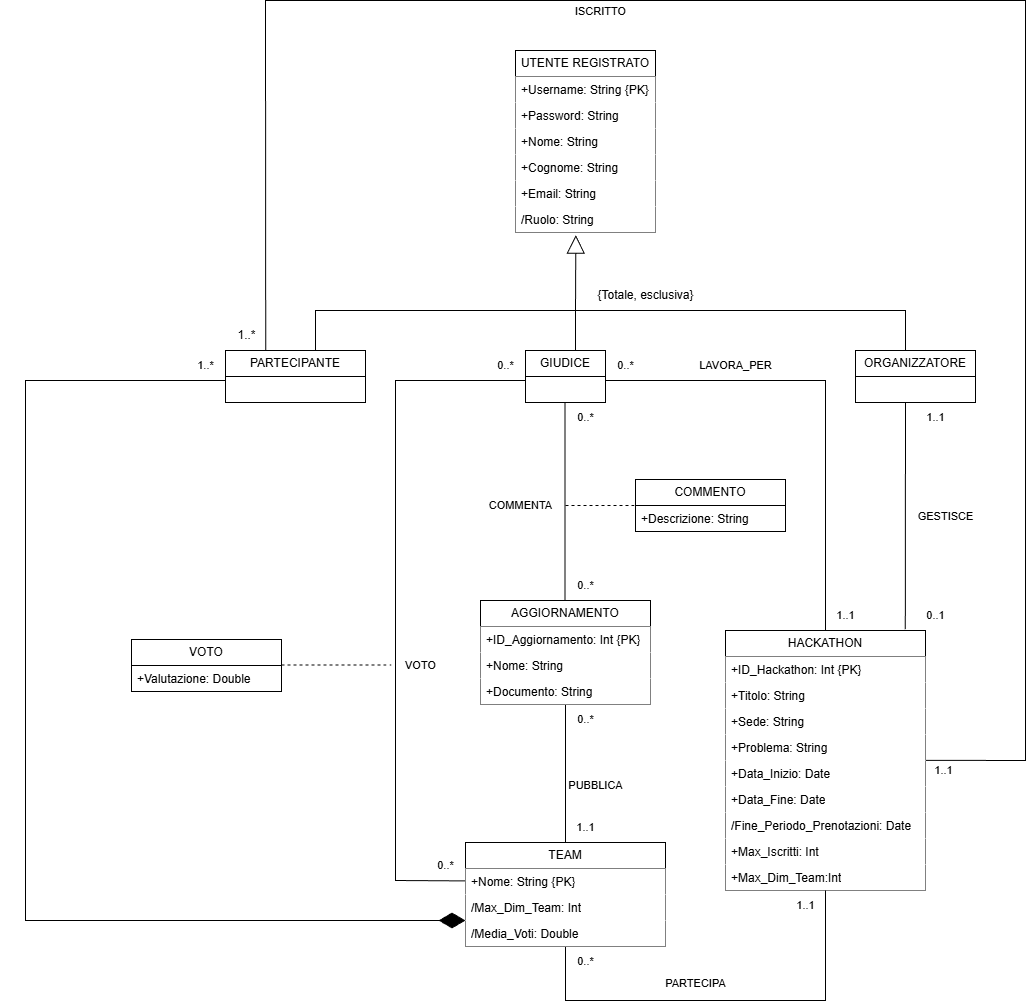
Earlier version of the draw.io export Diagramma UML Hackathon.drawio.png (galetizia/Progetto-DB). Source tidied: cells renumbered, new cells last; positions are measured from the earlier drawing's top-left corner, leaving out a move shared by most shapes.
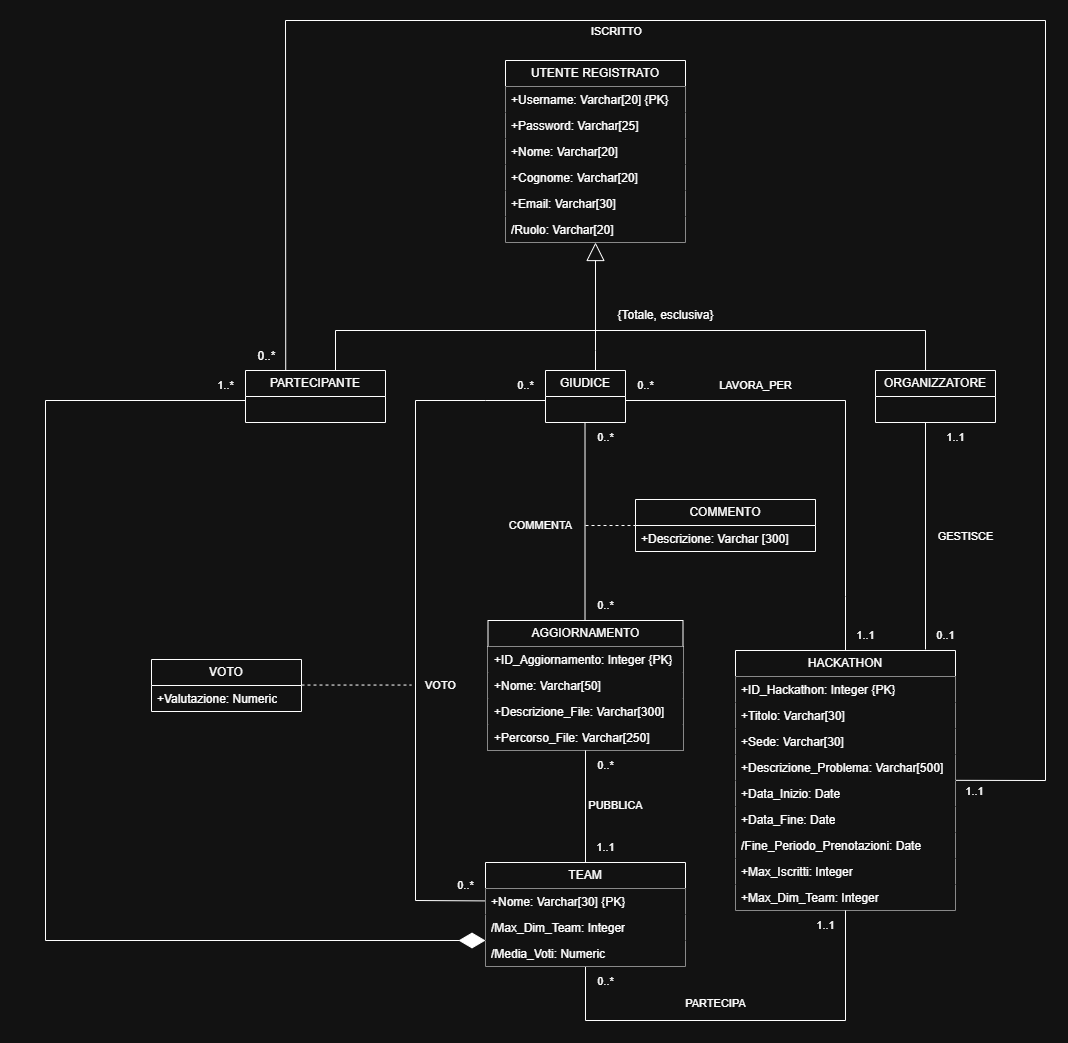
After the change.

Commit message:
Aggiornato Diagramma NON Ristrutturato

The edit, as a diff of the source:
```diff
@@ -41,4 +41,5 @@
     </mxCell>
-    <mxCell id="8" style="edgeStyle=none;shape=connector;rounded=0;jettySize=auto;html=1;exitX=0.899;exitY=-0.005;exitDx=0;exitDy=0;strokeColor=default;align=center;verticalAlign=middle;fontFamily=Helvetica;fontSize=11;fontColor=default;labelBackgroundColor=default;endArrow=none;exitPerimeter=0;" parent="1" edge="1" source="9">
+    <mxCell id="8" style="edgeStyle=none;shape=connector;rounded=0;orthogonalLoop=1;jettySize=auto;html=1;strokeColor=default;align=center;verticalAlign=middle;fontFamily=Helvetica;fontSize=11;fontColor=default;labelBackgroundColor=default;endArrow=none;" parent="1" edge="1">
       <mxGeometry relative="1" as="geometry">
+        <mxPoint x="880" y="629" as="sourcePoint" />
         <mxPoint x="880" y="402" as="targetPoint" />
@@ -47,30 +48,30 @@
     <mxCell id="9" value="HACKATHON" style="swimlane;fontStyle=0;horizontal=1;startSize=26;fillColor=default;whiteSpace=wrap;html=1;" parent="1" vertex="1">
-      <mxGeometry x="700" y="630" width="200" height="260" as="geometry" />
+      <mxGeometry x="690" y="630" width="220" height="260" as="geometry" />
     </mxCell>
-    <mxCell id="10" value="+ID_Hackathon: Int {PK}" style="text;strokeColor=none;fillColor=default;align=left;verticalAlign=top;spacingLeft=4;spacingRight=4;overflow=hidden;whiteSpace=wrap;html=1;" parent="9" vertex="1">
-      <mxGeometry y="26" width="200" height="26" as="geometry" />
+    <mxCell id="10" value="+ID_Hackathon: Integer {PK}" style="text;strokeColor=none;fillColor=default;align=left;verticalAlign=top;spacingLeft=4;spacingRight=4;overflow=hidden;whiteSpace=wrap;html=1;" parent="9" vertex="1">
+      <mxGeometry y="26" width="220" height="26" as="geometry" />
     </mxCell>
-    <mxCell id="11" value="+Titolo: String" style="text;strokeColor=none;fillColor=default;align=left;verticalAlign=top;spacingLeft=4;spacingRight=4;overflow=hidden;whiteSpace=wrap;html=1;" parent="9" vertex="1">
-      <mxGeometry y="52" width="200" height="26" as="geometry" />
+    <mxCell id="11" value="+Titolo: Varchar[30]" style="text;strokeColor=none;fillColor=default;align=left;verticalAlign=top;spacingLeft=4;spacingRight=4;overflow=hidden;whiteSpace=wrap;html=1;" parent="9" vertex="1">
+      <mxGeometry y="52" width="220" height="26" as="geometry" />
     </mxCell>
-    <mxCell id="12" value="+Sede: String" style="text;strokeColor=none;fillColor=default;align=left;verticalAlign=top;spacingLeft=4;spacingRight=4;overflow=hidden;whiteSpace=wrap;html=1;" parent="9" vertex="1">
-      <mxGeometry y="78" width="200" height="26" as="geometry" />
+    <mxCell id="12" value="+Sede: Varchar[30]" style="text;strokeColor=none;fillColor=default;align=left;verticalAlign=top;spacingLeft=4;spacingRight=4;overflow=hidden;whiteSpace=wrap;html=1;" parent="9" vertex="1">
+      <mxGeometry y="78" width="220" height="26" as="geometry" />
     </mxCell>
-    <mxCell id="13" value="+Problema: String" style="text;strokeColor=none;fillColor=default;align=left;verticalAlign=top;spacingLeft=4;spacingRight=4;overflow=hidden;whiteSpace=wrap;html=1;" parent="9" vertex="1">
-      <mxGeometry y="104" width="200" height="26" as="geometry" />
+    <mxCell id="13" value="+Descrizione_Problema: Varchar[500]" style="text;strokeColor=none;fillColor=default;align=left;verticalAlign=top;spacingLeft=4;spacingRight=4;overflow=hidden;whiteSpace=wrap;html=1;" parent="9" vertex="1">
+      <mxGeometry y="104" width="220" height="26" as="geometry" />
     </mxCell>
     <mxCell id="14" value="+Data_Inizio: Date" style="text;strokeColor=none;fillColor=default;align=left;verticalAlign=top;spacingLeft=4;spacingRight=4;overflow=hidden;points=[[0,0.5],[1,0.5]];portConstraint=eastwest;whiteSpace=wrap;html=1;" parent="9" vertex="1">
-      <mxGeometry y="130" width="200" height="26" as="geometry" />
+      <mxGeometry y="130" width="220" height="26" as="geometry" />
     </mxCell>
     <mxCell id="15" value="+Data_Fine: Date" style="text;strokeColor=none;fillColor=default;align=left;verticalAlign=top;spacingLeft=4;spacingRight=4;overflow=hidden;whiteSpace=wrap;html=1;" parent="9" vertex="1">
-      <mxGeometry y="156" width="200" height="26" as="geometry" />
+      <mxGeometry y="156" width="220" height="26" as="geometry" />
     </mxCell>
     <mxCell id="16" value="/Fine_Periodo_Prenotazioni: Date" style="text;strokeColor=none;fillColor=default;align=left;verticalAlign=top;spacingLeft=4;spacingRight=4;overflow=hidden;whiteSpace=wrap;html=1;" parent="9" vertex="1">
-      <mxGeometry y="182" width="200" height="26" as="geometry" />
+      <mxGeometry y="182" width="220" height="26" as="geometry" />
     </mxCell>
-    <mxCell id="17" value="+Max_Iscritti: Int" style="text;strokeColor=none;fillColor=default;align=left;verticalAlign=top;spacingLeft=4;spacingRight=4;overflow=hidden;whiteSpace=wrap;html=1;" parent="9" vertex="1">
-      <mxGeometry y="208" width="200" height="26" as="geometry" />
+    <mxCell id="17" value="+Max_Iscritti: Integer" style="text;strokeColor=none;fillColor=default;align=left;verticalAlign=top;spacingLeft=4;spacingRight=4;overflow=hidden;whiteSpace=wrap;html=1;" parent="9" vertex="1">
+      <mxGeometry y="208" width="220" height="26" as="geometry" />
     </mxCell>
-    <mxCell id="18" value="+Max_Dim_Team:Int" style="text;strokeColor=none;fillColor=default;align=left;verticalAlign=top;spacingLeft=4;spacingRight=4;overflow=hidden;whiteSpace=wrap;html=1;" parent="9" vertex="1">
-      <mxGeometry y="234" width="200" height="26" as="geometry" />
+    <mxCell id="18" value="+Max_Dim_Team: Integer" style="text;strokeColor=none;fillColor=default;align=left;verticalAlign=top;spacingLeft=4;spacingRight=4;overflow=hidden;whiteSpace=wrap;html=1;" parent="9" vertex="1">
+      <mxGeometry y="234" width="220" height="26" as="geometry" />
     </mxCell>
@@ -87,32 +88,35 @@
     </mxCell>
-    <mxCell id="21" value="+Nome: String {PK}" style="text;strokeColor=none;fillColor=default;align=left;verticalAlign=top;spacingLeft=4;spacingRight=4;overflow=hidden;points=[[0,0.5],[1,0.5]];portConstraint=eastwest;whiteSpace=wrap;html=1;" parent="20" vertex="1">
+    <mxCell id="21" value="+Nome: Varchar[30] {PK}" style="text;strokeColor=none;fillColor=default;align=left;verticalAlign=top;spacingLeft=4;spacingRight=4;overflow=hidden;points=[[0,0.5],[1,0.5]];portConstraint=eastwest;whiteSpace=wrap;html=1;" parent="20" vertex="1">
       <mxGeometry y="26" width="200" height="26" as="geometry" />
     </mxCell>
-    <mxCell id="22" value="/Max_Dim_Team: Int" style="text;strokeColor=none;fillColor=default;align=left;verticalAlign=top;spacingLeft=4;spacingRight=4;overflow=hidden;whiteSpace=wrap;html=1;" parent="20" vertex="1">
+    <mxCell id="22" value="/Max_Dim_Team: Integer" style="text;strokeColor=none;fillColor=default;align=left;verticalAlign=top;spacingLeft=4;spacingRight=4;overflow=hidden;whiteSpace=wrap;html=1;" parent="20" vertex="1">
       <mxGeometry y="52" width="200" height="26" as="geometry" />
     </mxCell>
-    <mxCell id="23" value="/Media_Voti: Double&amp;nbsp;" style="text;strokeColor=none;fillColor=default;align=left;verticalAlign=top;spacingLeft=4;spacingRight=4;overflow=hidden;points=[[0,0.5],[1,0.5]];portConstraint=eastwest;whiteSpace=wrap;html=1;" parent="20" vertex="1">
+    <mxCell id="23" value="/Media_Voti: Numeric&amp;nbsp;" style="text;strokeColor=none;fillColor=default;align=left;verticalAlign=top;spacingLeft=4;spacingRight=4;overflow=hidden;points=[[0,0.5],[1,0.5]];portConstraint=eastwest;whiteSpace=wrap;html=1;" parent="20" vertex="1">
       <mxGeometry y="78" width="200" height="26" as="geometry" />
     </mxCell>
-    <mxCell id="24" style="edgeStyle=none;shape=connector;rounded=0;jettySize=auto;html=1;exitX=0.5;exitY=1;exitDx=0;exitDy=0;entryX=0.5;entryY=0;entryDx=0;entryDy=0;strokeColor=default;align=center;verticalAlign=middle;fontFamily=Helvetica;fontSize=11;fontColor=default;labelBackgroundColor=default;endArrow=none;" parent="1" edge="1" source="26" target="20">
-      <mxGeometry relative="1" as="geometry" />
-    </mxCell>
-    <mxCell id="25" style="edgeStyle=none;shape=connector;rounded=0;orthogonalLoop=1;jettySize=auto;html=1;exitX=0.5;exitY=0;exitDx=0;exitDy=0;entryX=0.5;entryY=1;entryDx=0;entryDy=0;strokeColor=default;align=center;verticalAlign=middle;fontFamily=Helvetica;fontSize=11;fontColor=default;labelBackgroundColor=default;endArrow=none;" parent="1" edge="1">
-      <mxGeometry relative="1" as="geometry">
-        <mxPoint x="539.5" y="600" as="sourcePoint" />
-        <mxPoint x="539.5" y="402" as="targetPoint" />
-      </mxGeometry>
-    </mxCell>
     <mxCell id="26" value="AGGIORNAMENTO" style="swimlane;fontStyle=0;horizontal=1;startSize=26;fillColor=default;whiteSpace=wrap;html=1;" parent="1" vertex="1">
-      <mxGeometry x="455" y="600" width="170" height="104" as="geometry" />
+      <mxGeometry x="442.5" y="600" width="195" height="130" as="geometry" />
     </mxCell>
-    <mxCell id="27" value="+ID_Aggiornamento: Int {PK}" style="text;strokeColor=none;fillColor=default;align=left;verticalAlign=top;spacingLeft=4;spacingRight=4;overflow=hidden;whiteSpace=wrap;html=1;" parent="26" vertex="1">
-      <mxGeometry y="26" width="170" height="26" as="geometry" />
+    <mxCell id="27" value="+ID_Aggiornamento: Integer {PK}" style="text;strokeColor=none;fillColor=default;align=left;verticalAlign=top;spacingLeft=4;spacingRight=4;overflow=hidden;whiteSpace=wrap;html=1;" parent="26" vertex="1">
+      <mxGeometry y="26" width="195" height="26" as="geometry" />
     </mxCell>
-    <mxCell id="28" value="+Nome: String" style="text;strokeColor=none;fillColor=default;align=left;verticalAlign=top;spacingLeft=4;spacingRight=4;overflow=hidden;whiteSpace=wrap;html=1;" parent="26" vertex="1">
-      <mxGeometry y="52" width="170" height="26" as="geometry" />
+    <mxCell id="28" value="+Nome: Varchar[50]" style="text;strokeColor=none;fillColor=default;align=left;verticalAlign=top;spacingLeft=4;spacingRight=4;overflow=hidden;whiteSpace=wrap;html=1;" parent="26" vertex="1">
+      <mxGeometry y="52" width="195" height="26" as="geometry" />
     </mxCell>
-    <mxCell id="29" value="+Documento: String" style="text;strokeColor=none;fillColor=default;align=left;verticalAlign=top;spacingLeft=4;spacingRight=4;overflow=hidden;whiteSpace=wrap;html=1;" parent="26" vertex="1">
-      <mxGeometry y="78" width="170" height="26" as="geometry" />
+    <mxCell id="29" value="+Descrizione_File: Varchar[300]" style="text;strokeColor=none;fillColor=default;align=left;verticalAlign=top;spacingLeft=4;spacingRight=4;overflow=hidden;whiteSpace=wrap;html=1;" parent="26" vertex="1">
+      <mxGeometry y="78" width="195" height="26" as="geometry" />
     </mxCell>
+    <mxCell id="70" value="+Percorso_File: Varchar[250]" style="text;strokeColor=none;fillColor=default;align=left;verticalAlign=top;spacingLeft=4;spacingRight=4;overflow=hidden;whiteSpace=wrap;html=1;" parent="26" vertex="1">
+      <mxGeometry y="104" width="195" height="26" as="geometry" />
+    </mxCell>
+    <mxCell id="24" style="edgeStyle=none;shape=connector;rounded=0;jettySize=auto;html=1;exitX=0.5;exitY=1;exitDx=0;exitDy=0;entryX=0.5;entryY=0;entryDx=0;entryDy=0;strokeColor=default;align=center;verticalAlign=middle;fontFamily=Helvetica;fontSize=11;fontColor=default;labelBackgroundColor=default;endArrow=none;" parent="1" edge="1" source="26" target="20">
+      <mxGeometry relative="1" as="geometry" />
+    </mxCell>
+    <mxCell id="25" style="edgeStyle=none;shape=connector;rounded=0;orthogonalLoop=1;jettySize=auto;html=1;exitX=0.5;exitY=0;exitDx=0;exitDy=0;entryX=0.5;entryY=1;entryDx=0;entryDy=0;strokeColor=default;align=center;verticalAlign=middle;fontFamily=Helvetica;fontSize=11;fontColor=default;labelBackgroundColor=default;endArrow=none;" parent="1" edge="1">
+      <mxGeometry relative="1" as="geometry">
+        <mxPoint x="539.5" y="600" as="sourcePoint" />
+        <mxPoint x="539.5" y="402" as="targetPoint" />
+      </mxGeometry>
+    </mxCell>
     <mxCell id="30" value="VOTO" style="swimlane;fontStyle=0;horizontal=1;startSize=26;fillColor=none;whiteSpace=wrap;html=1;" parent="1" vertex="1">
@@ -120,3 +124,3 @@
     </mxCell>
-    <mxCell id="31" value="+Valutazione: Double" style="text;strokeColor=none;fillColor=none;align=left;verticalAlign=top;spacingLeft=4;spacingRight=4;overflow=hidden;whiteSpace=wrap;html=1;" parent="30" vertex="1">
+    <mxCell id="31" value="+Valutazione: Numeric" style="text;strokeColor=none;fillColor=none;align=left;verticalAlign=top;spacingLeft=4;spacingRight=4;overflow=hidden;whiteSpace=wrap;html=1;" parent="30" vertex="1">
       <mxGeometry y="26" width="150" height="26" as="geometry" />
@@ -145,3 +149,3 @@
     <mxCell id="39" value="0..*" style="text;html=1;align=center;verticalAlign=middle;strokeColor=none;fillColor=none;fontFamily=Helvetica;fontSize=11;fontColor=default;labelBackgroundColor=default;" parent="1" vertex="1">
-      <mxGeometry x="540" y="704" width="40" height="30" as="geometry" />
+      <mxGeometry x="540" y="730" width="40" height="30" as="geometry" />
     </mxCell>
@@ -172,3 +176,3 @@
     <mxCell id="48" value="0..1" style="text;html=1;align=center;verticalAlign=middle;strokeColor=none;fillColor=none;fontFamily=Helvetica;fontSize=11;fontColor=default;labelBackgroundColor=default;" parent="1" vertex="1">
-      <mxGeometry x="890" y="600" width="40" height="30" as="geometry" />
+      <mxGeometry x="880" y="600" width="40" height="30" as="geometry" />
     </mxCell>
@@ -181,21 +185,21 @@
     <mxCell id="51" value="UTENTE REGISTRATO" style="swimlane;fontStyle=0;horizontal=1;startSize=26;fillColor=default;whiteSpace=wrap;html=1;" parent="1" vertex="1">
-      <mxGeometry x="490" y="50" width="140" height="182" as="geometry" />
+      <mxGeometry x="460" y="40" width="180" height="182" as="geometry" />
     </mxCell>
-    <mxCell id="52" value="+Username: String {PK}" style="text;strokeColor=none;fillColor=default;align=left;verticalAlign=top;spacingLeft=4;spacingRight=4;overflow=hidden;whiteSpace=wrap;html=1;" parent="51" vertex="1">
-      <mxGeometry y="26" width="140" height="26" as="geometry" />
+    <mxCell id="52" value="+Username: Varchar[20] {PK}" style="text;strokeColor=none;fillColor=default;align=left;verticalAlign=top;spacingLeft=4;spacingRight=4;overflow=hidden;whiteSpace=wrap;html=1;" parent="51" vertex="1">
+      <mxGeometry y="26" width="180" height="26" as="geometry" />
     </mxCell>
-    <mxCell id="53" value="+Password: String" style="text;strokeColor=none;fillColor=default;align=left;verticalAlign=top;spacingLeft=4;spacingRight=4;overflow=hidden;whiteSpace=wrap;html=1;" parent="51" vertex="1">
-      <mxGeometry y="52" width="140" height="26" as="geometry" />
+    <mxCell id="53" value="+Password: Varchar[25]" style="text;strokeColor=none;fillColor=default;align=left;verticalAlign=top;spacingLeft=4;spacingRight=4;overflow=hidden;whiteSpace=wrap;html=1;" parent="51" vertex="1">
+      <mxGeometry y="52" width="180" height="26" as="geometry" />
     </mxCell>
-    <mxCell id="54" value="+Nome: String" style="text;strokeColor=none;fillColor=default;align=left;verticalAlign=top;spacingLeft=4;spacingRight=4;overflow=hidden;whiteSpace=wrap;html=1;" parent="51" vertex="1">
-      <mxGeometry y="78" width="140" height="26" as="geometry" />
+    <mxCell id="54" value="+Nome: Varchar[20]" style="text;strokeColor=none;fillColor=default;align=left;verticalAlign=top;spacingLeft=4;spacingRight=4;overflow=hidden;whiteSpace=wrap;html=1;" parent="51" vertex="1">
+      <mxGeometry y="78" width="180" height="26" as="geometry" />
     </mxCell>
-    <mxCell id="55" value="+Cognome: String" style="text;strokeColor=none;fillColor=default;align=left;verticalAlign=top;spacingLeft=4;spacingRight=4;overflow=hidden;whiteSpace=wrap;html=1;" parent="51" vertex="1">
-      <mxGeometry y="104" width="140" height="26" as="geometry" />
+    <mxCell id="55" value="+Cognome: Varchar[20]" style="text;strokeColor=none;fillColor=default;align=left;verticalAlign=top;spacingLeft=4;spacingRight=4;overflow=hidden;whiteSpace=wrap;html=1;" parent="51" vertex="1">
+      <mxGeometry y="104" width="180" height="26" as="geometry" />
     </mxCell>
-    <mxCell id="56" value="+Email: String" style="text;strokeColor=none;fillColor=default;align=left;verticalAlign=top;spacingLeft=4;spacingRight=4;overflow=hidden;whiteSpace=wrap;html=1;" parent="51" vertex="1">
-      <mxGeometry y="130" width="140" height="26" as="geometry" />
+    <mxCell id="56" value="+Email: Varchar[30&lt;span style=&quot;background-color: transparent; color: light-dark(rgb(0, 0, 0), rgb(255, 255, 255));&quot;&gt;]&lt;/span&gt;" style="text;strokeColor=none;fillColor=default;align=left;verticalAlign=top;spacingLeft=4;spacingRight=4;overflow=hidden;whiteSpace=wrap;html=1;" parent="51" vertex="1">
+      <mxGeometry y="130" width="180" height="26" as="geometry" />
     </mxCell>
-    <mxCell id="57" value="/Ruolo: String" style="text;strokeColor=none;fillColor=default;align=left;verticalAlign=top;spacingLeft=4;spacingRight=4;overflow=hidden;points=[[0,0.5],[1,0.5]];portConstraint=eastwest;whiteSpace=wrap;html=1;" parent="51" vertex="1">
-      <mxGeometry y="156" width="140" height="26" as="geometry" />
+    <mxCell id="57" value="/Ruolo: Varchar[20]" style="text;strokeColor=none;fillColor=default;align=left;verticalAlign=top;spacingLeft=4;spacingRight=4;overflow=hidden;points=[[0,0.5],[1,0.5]];portConstraint=eastwest;whiteSpace=wrap;html=1;" parent="51" vertex="1">
+      <mxGeometry y="156" width="180" height="26" as="geometry" />
     </mxCell>
@@ -212,3 +216,3 @@
     </mxCell>
-    <mxCell id="59" style="endArrow=block;endSize=16;endFill=0;html=1;rounded=0;entryX=0.431;entryY=1.101;entryDx=0;entryDy=0;entryPerimeter=0;" parent="1" edge="1" target="57">
+    <mxCell id="59" style="endArrow=block;endSize=16;endFill=0;html=1;rounded=0;entryX=0.5;entryY=1;entryDx=0;entryDy=0;" parent="1" edge="1" target="51">
       <mxGeometry x="-0.08" y="-50" relative="1" as="geometry">
@@ -239,3 +243,3 @@
     </mxCell>
-    <mxCell id="63" value="&lt;font style=&quot;font-size: 12px;&quot;&gt;1..*&lt;/font&gt;" style="edgeLabel;html=1;align=center;verticalAlign=middle;" parent="62" vertex="1">
+    <mxCell id="63" value="&lt;font style=&quot;font-size: 12px;&quot;&gt;0..*&lt;/font&gt;" style="edgeLabel;html=1;align=center;verticalAlign=middle;" parent="62" vertex="1">
       <mxGeometry x="-0.98" y="-2" relative="1" as="geometry">
@@ -261,6 +265,6 @@
     <mxCell id="67" value="COMMENTO" style="swimlane;fontStyle=0;horizontal=1;startSize=26;fillColor=none;whiteSpace=wrap;html=1;" parent="1" vertex="1">
-      <mxGeometry x="610" y="479" width="150" height="52" as="geometry" />
+      <mxGeometry x="590" y="479" width="180" height="52" as="geometry" />
     </mxCell>
-    <mxCell id="68" value="+Descrizione: String" style="text;strokeColor=none;fillColor=none;align=left;verticalAlign=top;spacingLeft=4;spacingRight=4;overflow=hidden;whiteSpace=wrap;html=1;" parent="67" vertex="1">
-      <mxGeometry y="26" width="150" height="26" as="geometry" />
+    <mxCell id="68" value="+Descrizione: Varchar [300]" style="text;strokeColor=none;fillColor=none;align=left;verticalAlign=top;spacingLeft=4;spacingRight=4;overflow=hidden;whiteSpace=wrap;html=1;" parent="67" vertex="1">
+      <mxGeometry y="26" width="180" height="26" as="geometry" />
     </mxCell>
```
